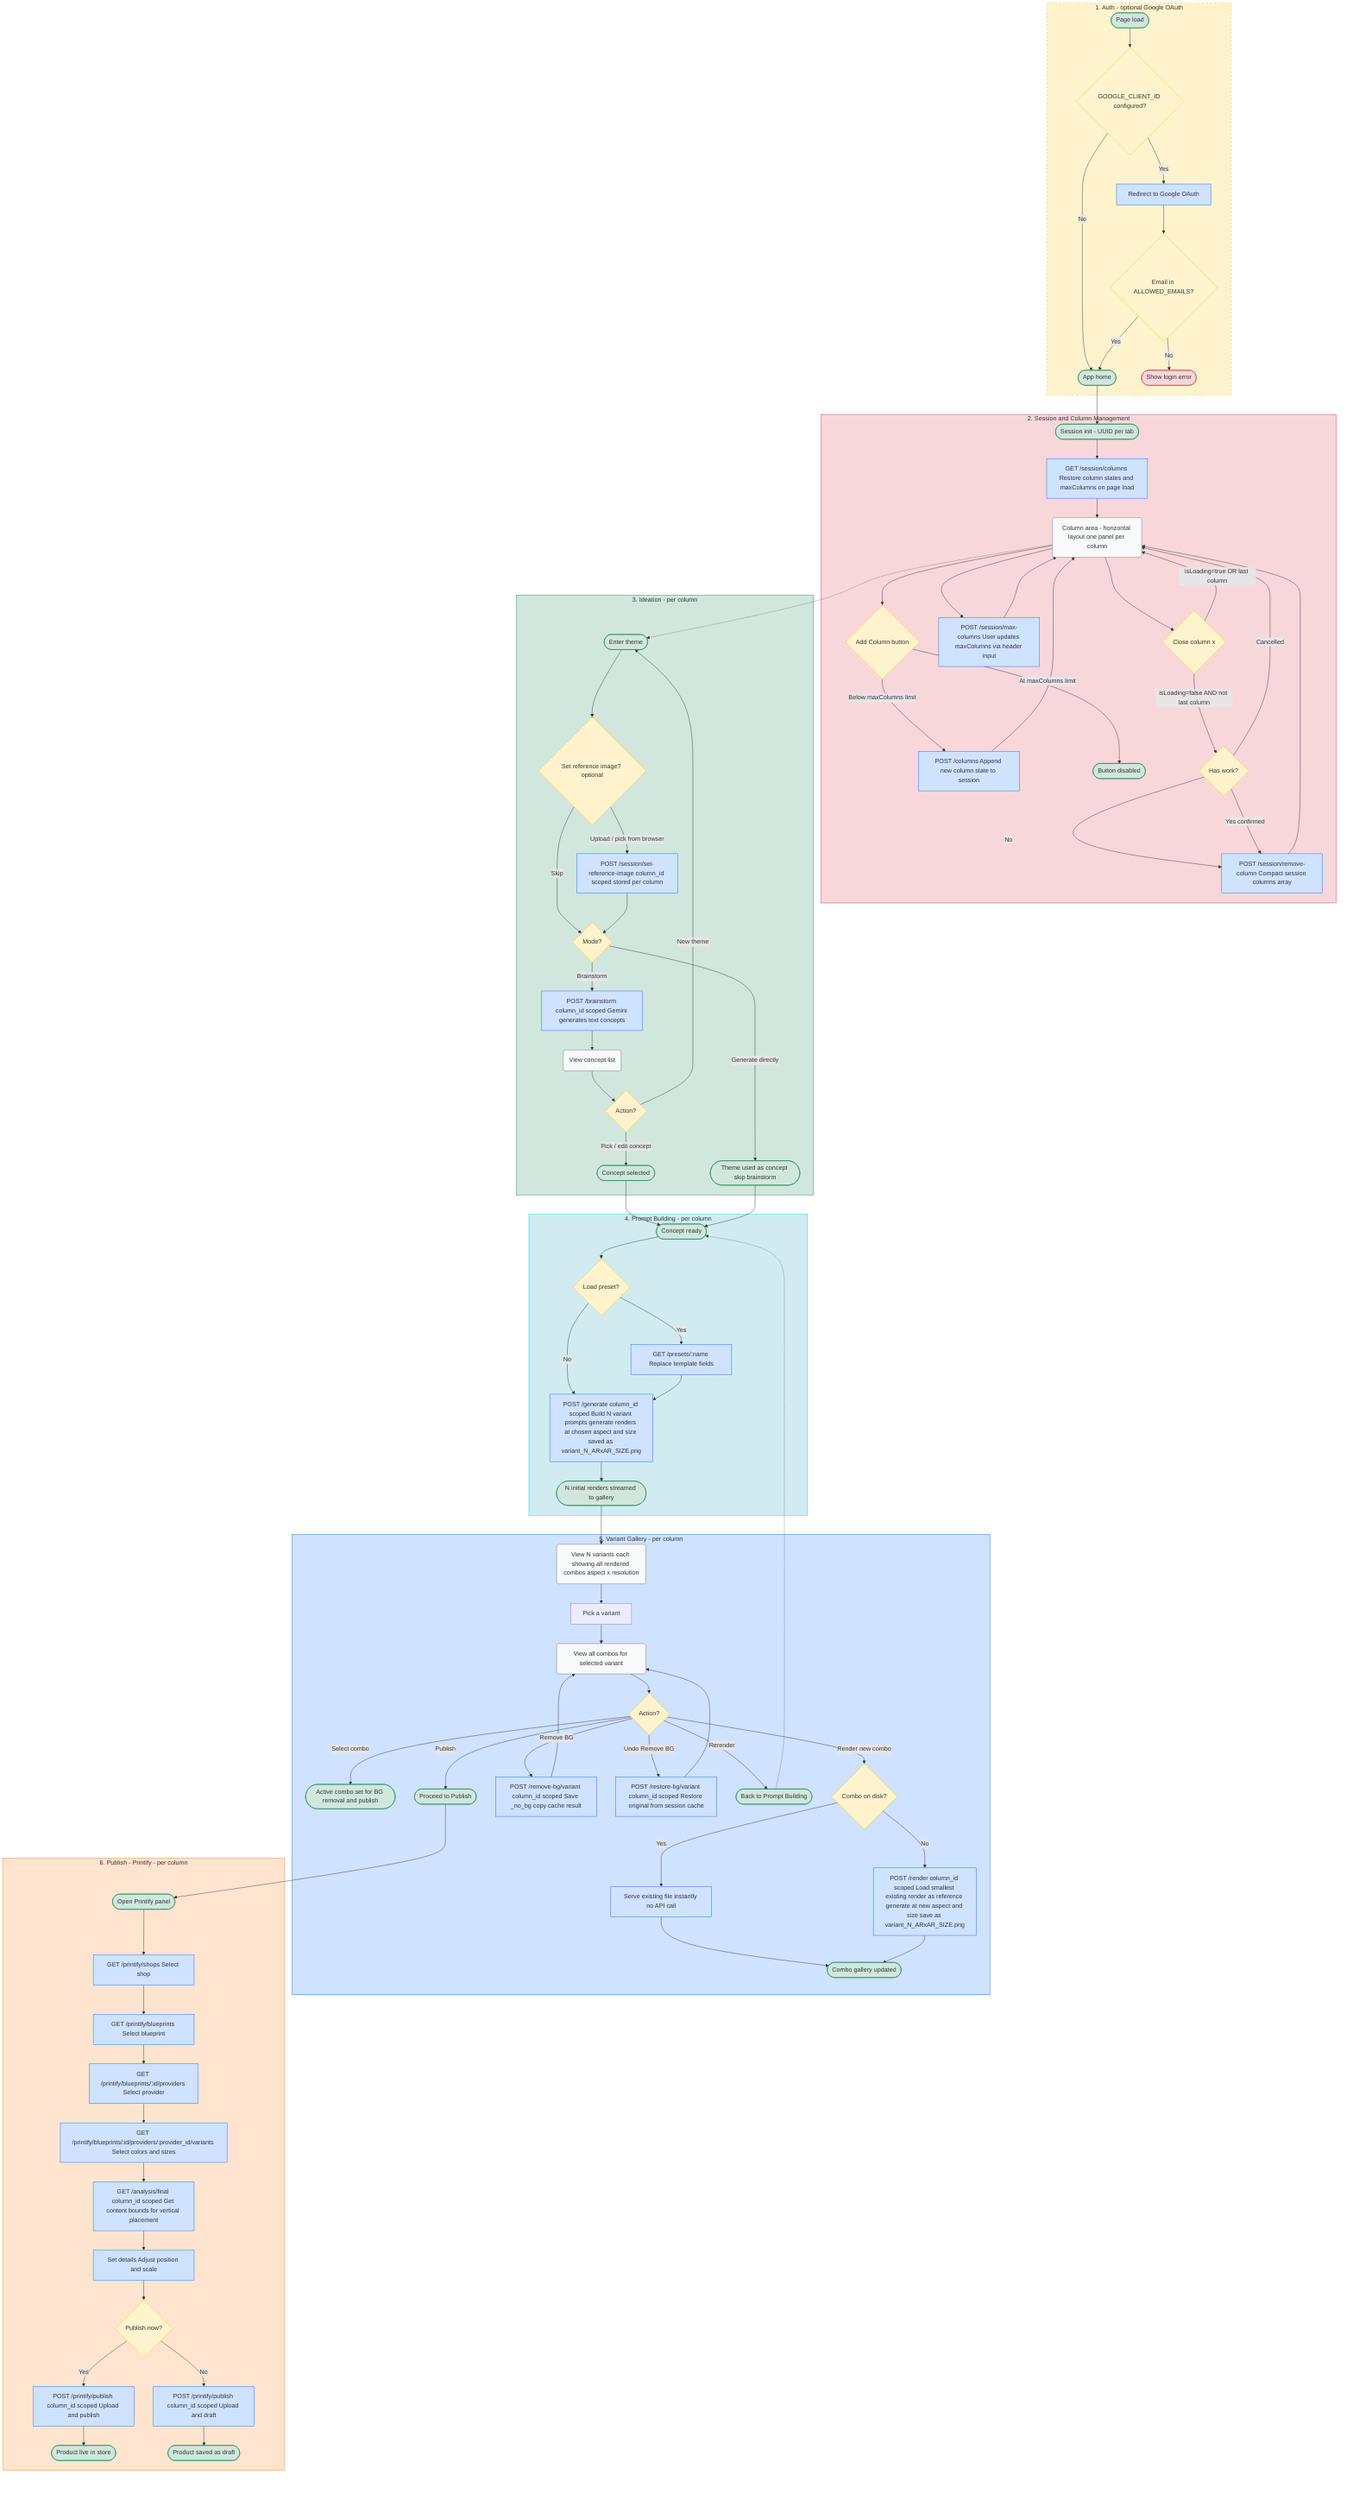
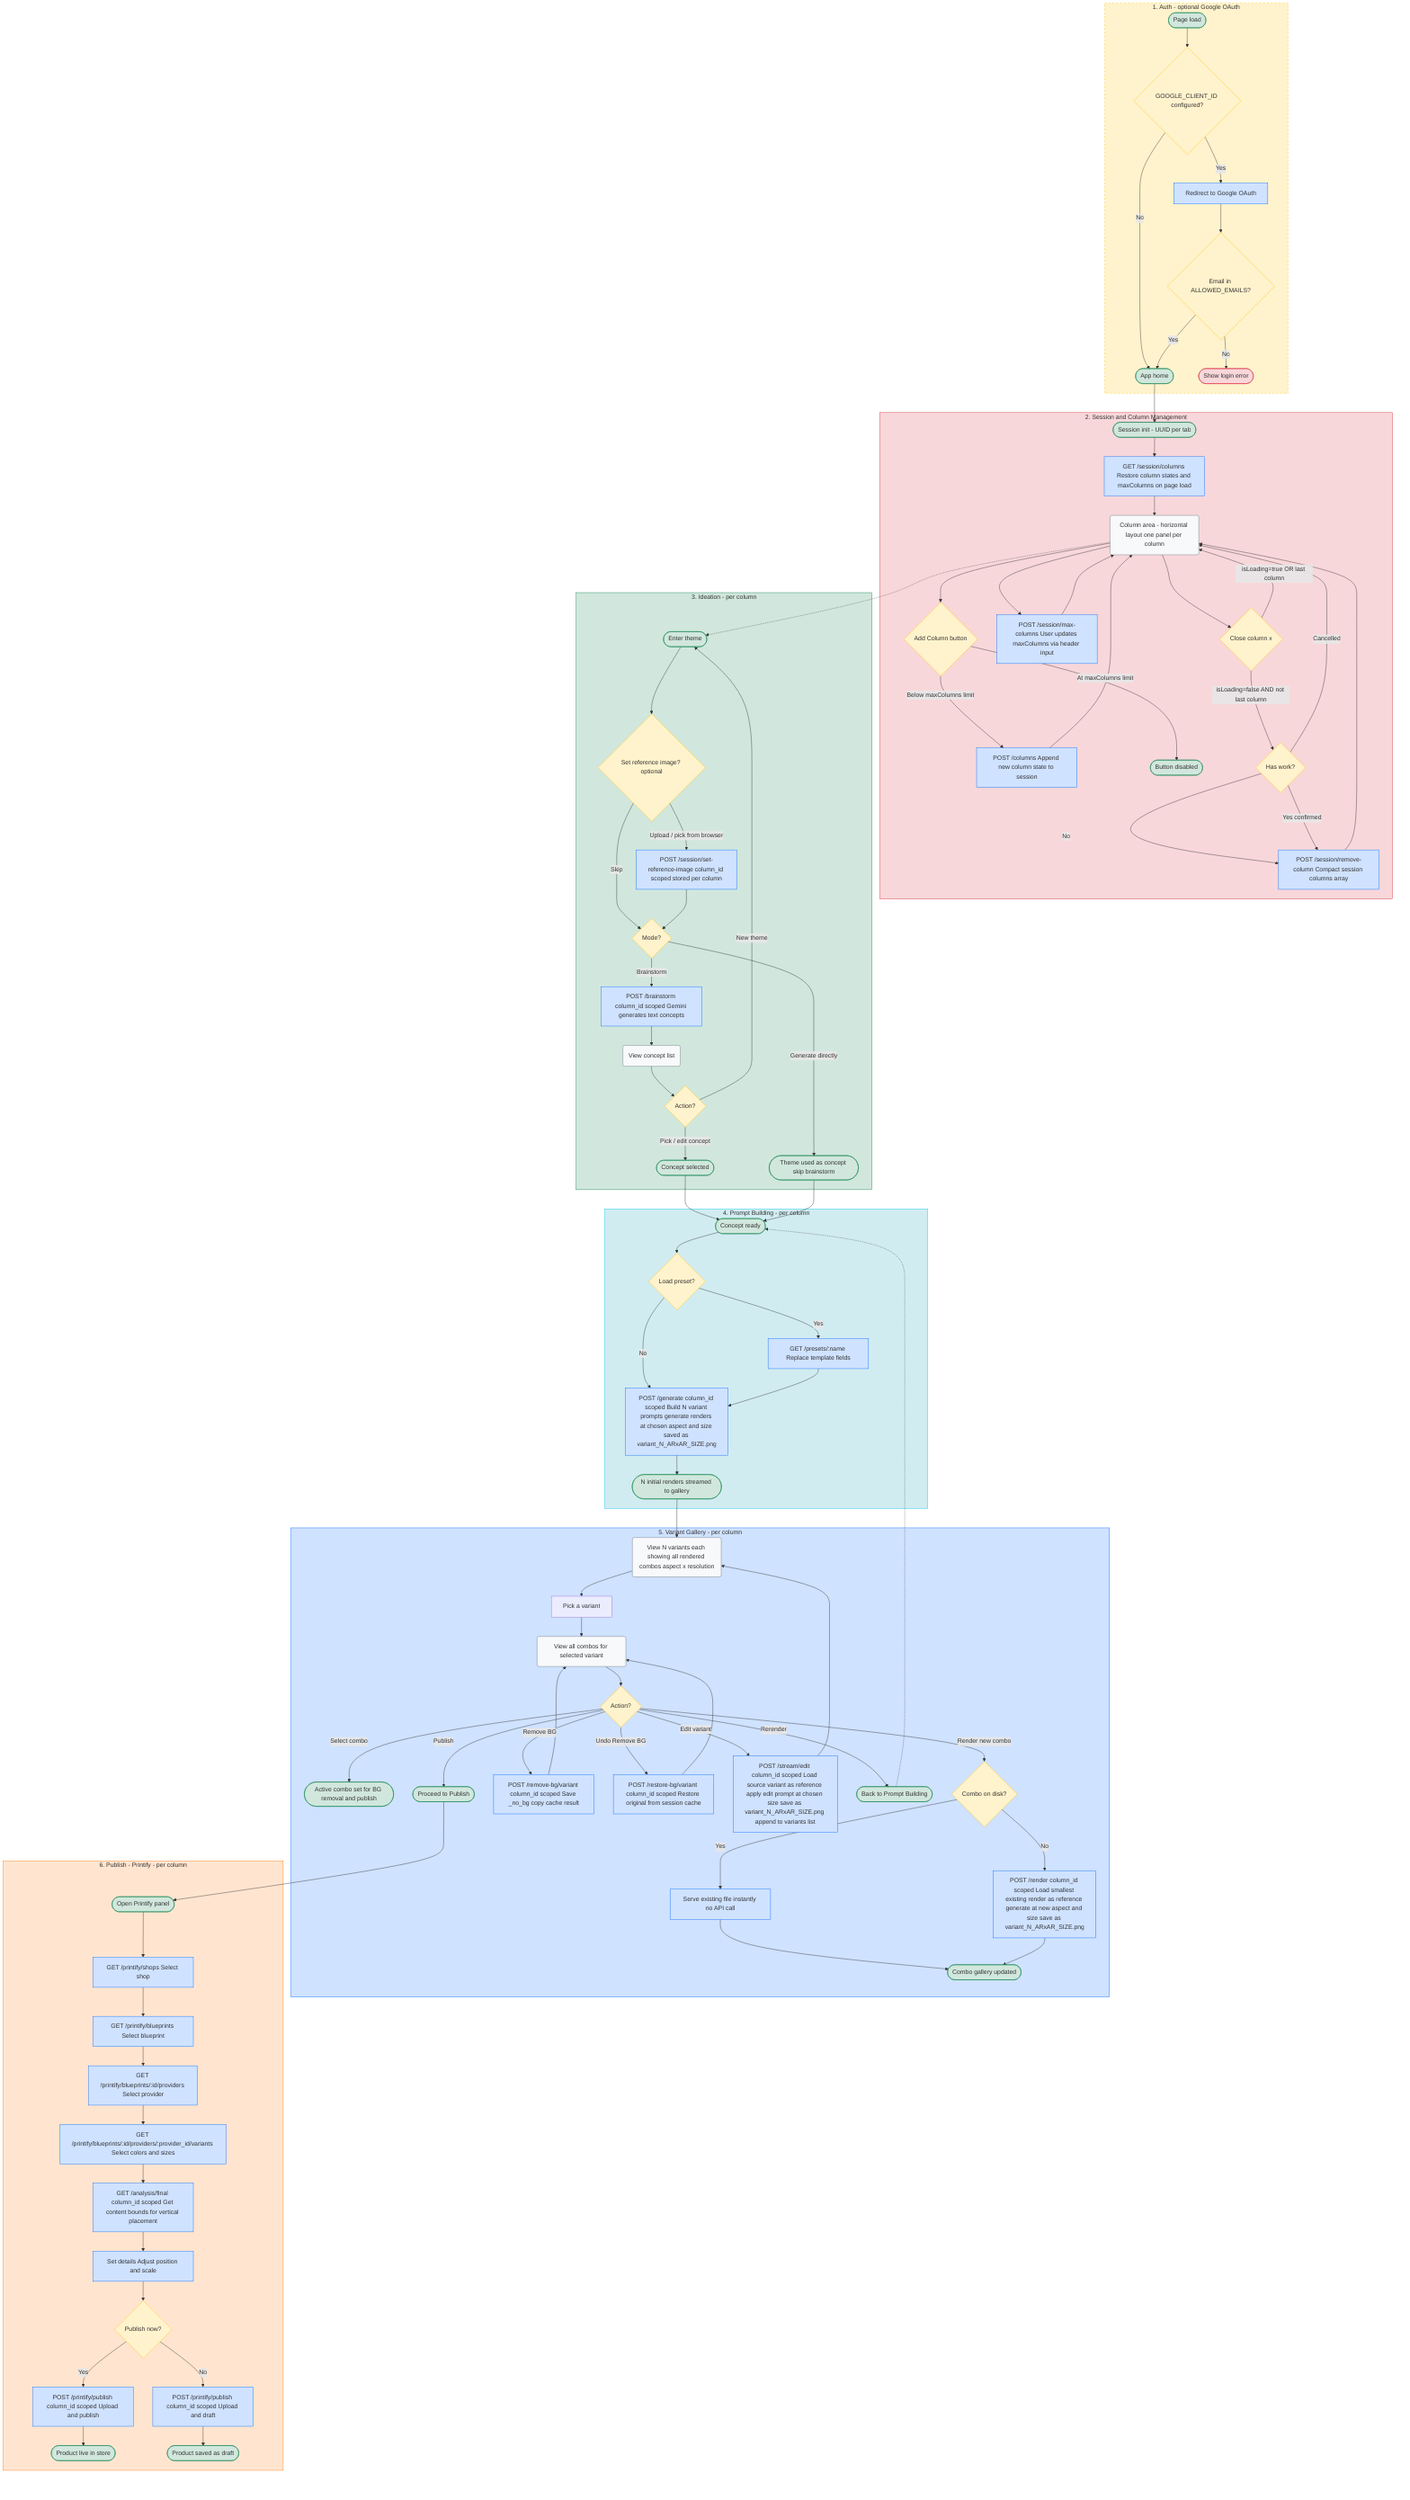
graph TD
    %% 1. Auth
    subgraph Auth [1. Auth - optional Google OAuth]
        PageLoad([Page load]) --> AuthEnabled{GOOGLE_CLIENT_ID configured?}
        AuthEnabled -- No --> AppHome([App home])
        AuthEnabled -- Yes --> OAuthRedirect[Redirect to Google OAuth]
        OAuthRedirect --> AllowlistCheck{Email in ALLOWED_EMAILS?}
        AllowlistCheck -- No --> LoginError([Show login error])
        AllowlistCheck -- Yes --> AppHome
    end

    %% 2. Session and Column Management
    subgraph ColMgmt [2. Session and Column Management]
        SessionInit([Session init - UUID per tab]) --> RestoreState[GET /session/columns Restore column states and maxColumns on page load]
        RestoreState --> ColView(Column area - horizontal layout one panel per column)
        ColView --> AddColBtn{Add Column button}
        AddColBtn -- "Below maxColumns limit" --> AddCol[POST /columns Append new column state to session]
        AddColBtn -- "At maxColumns limit" --> ColLimitMsg([Button disabled])
        AddCol --> ColView
        ColView --> SetMaxCols[POST /session/max-columns User updates maxColumns via header input]
        SetMaxCols --> ColView
        ColView --> CloseColBtn{Close column x}
        CloseColBtn -- "isLoading=true OR last column" --> ColView
        CloseColBtn -- "isLoading=false AND not last column" --> ConfirmClose{Has work?}
        ConfirmClose -- "No" --> RemoveCol[POST /session/remove-column Compact session columns array]
        ConfirmClose -- "Yes confirmed" --> RemoveCol
        ConfirmClose -- "Cancelled" --> ColView
        RemoveCol --> ColView
    end

    %% 3. Ideation - runs independently per column (column_id scopes all calls)
    subgraph Ideation [3. Ideation - per column]
        EnterTheme([Enter theme]) --> OptRefImage{Set reference image? optional}
        OptRefImage -- "Upload / pick from browser" --> SetRefImage[POST /session/set-reference-image column_id scoped stored per column]
        OptRefImage -- "Skip" --> IdeationMode{Mode?}
        SetRefImage --> IdeationMode
        IdeationMode -- "Brainstorm" --> Brainstorm[POST /brainstorm column_id scoped Gemini generates text concepts]
        IdeationMode -- "Generate directly" --> DirectConcept([Theme used as concept skip brainstorm])
        Brainstorm --> ViewConcepts(View concept list)
        ViewConcepts --> IdeationChoice{Action?}
        IdeationChoice -- "Pick / edit concept" --> ConceptSelected([Concept selected])
        IdeationChoice -- "New theme" --> EnterTheme
    end

    %% 4. Prompt Building - per column
    subgraph PromptBuild [4. Prompt Building - per column]
        ConceptIn([Concept ready]) --> LoadPreset{Load preset?}
        LoadPreset -- Yes --> ApplyPreset[GET /presets/:name Replace template fields]
        LoadPreset -- No --> BuildPrompts
        ApplyPreset --> BuildPrompts[POST /generate column_id scoped Build N variant prompts generate renders at chosen aspect and size saved as variant_N_ARxAR_SIZE.png]
        BuildPrompts --> GenImages([N initial renders streamed to gallery])
    end

    %% 5. Variant Gallery - per column
    subgraph VariantGen [5. Variant Gallery - per column]
        ViewVariants(View N variants each showing all rendered combos aspect x resolution) --> PickVariant[Pick a variant]
        PickVariant --> ComboGallery(View all combos for selected variant)
        ComboGallery --> VariantChoice{Action?}

        VariantChoice -- "Select combo" --> SelectCombo([Active combo set for BG removal and publish])

        VariantChoice -- "Render new combo" --> RenderCheck{Combo on disk?}
        RenderCheck -- "Yes" --> ServeExisting[Serve existing file instantly no API call]
        RenderCheck -- "No" --> RenderNew[POST /render column_id scoped Load smallest existing render as reference generate at new aspect and size save as variant_N_ARxAR_SIZE.png]
        ServeExisting --> UpdateCombos([Combo gallery updated])
        RenderNew --> UpdateCombos

        VariantChoice -- "Remove BG" --> RemoveBGVariant[POST /remove-bg/variant column_id scoped Save _no_bg copy cache result]
        RemoveBGVariant --> ComboGallery
        VariantChoice -- "Undo Remove BG" --> RestoreBGVariant[POST /restore-bg/variant column_id scoped Restore original from session cache]
        RestoreBGVariant --> ComboGallery

+         VariantChoice -- "Edit variant" --> EditVariant[POST /stream/edit column_id scoped Load source variant as reference apply edit prompt at chosen size save as variant_N_ARxAR_SIZE.png append to variants list]
+         EditVariant --> ViewVariants
+ 
        VariantChoice -- "Rerender" --> RerenderVariants([Back to Prompt Building])
        VariantChoice -- "Publish" --> ReadyToPublish([Proceed to Publish])
    end

    %% 6. Publish - per column
    subgraph Publish [6. Publish - Printify - per column]
        OpenPrintify([Open Printify panel]) --> SelectShop[GET /printify/shops Select shop]
        SelectShop --> SelectBlueprint[GET /printify/blueprints Select blueprint]
        SelectBlueprint --> SelectProvider[GET /printify/blueprints/:id/providers Select provider]
        SelectProvider --> SelectVariants[GET /printify/blueprints/:id/providers/:provider_id/variants Select colors and sizes]
        SelectVariants --> AnalyzeFinal[GET /analysis/final column_id scoped Get content bounds for vertical placement]
        AnalyzeFinal --> SetDetails[Set details Adjust position and scale]
        SetDetails --> PublishChoice{Publish now?}
        PublishChoice -- Yes --> PublishNow[POST /printify/publish column_id scoped Upload and publish]
        PublishChoice -- No --> SaveDraft[POST /printify/publish column_id scoped Upload and draft]
        PublishNow --> Done([Product live in store])
        SaveDraft --> Done2([Product saved as draft])
    end

    %% Phase transitions
    AppHome --> SessionInit
    ConceptSelected --> ConceptIn
    DirectConcept --> ConceptIn
    GenImages --> ViewVariants
    RerenderVariants -.-> ConceptIn
    ReadyToPublish --> OpenPrintify
    ColView -.-> EnterTheme

    %% Subgraph styling
    style Auth fill:#fff3cd,stroke:#ffc107,stroke-dasharray: 5 5
    style ColMgmt fill:#f8d7da,stroke:#dc3545
    style Ideation fill:#d1e7dd,stroke:#198754
    style PromptBuild fill:#d1ecf1,stroke:#0dcaf0
    style VariantGen fill:#cfe2ff,stroke:#0d6efd
    style Publish fill:#ffe5d0,stroke:#fd7e14

    %% Decision nodes - amber
    style AuthEnabled fill:#fff3cd,stroke:#ffc107
    style AllowlistCheck fill:#fff3cd,stroke:#ffc107
    style AddColBtn fill:#fff3cd,stroke:#ffc107
    style CloseColBtn fill:#fff3cd,stroke:#ffc107
    style ConfirmClose fill:#fff3cd,stroke:#ffc107
    style OptRefImage fill:#fff3cd,stroke:#ffc107
    style IdeationMode fill:#fff3cd,stroke:#ffc107
    style IdeationChoice fill:#fff3cd,stroke:#ffc107
    style LoadPreset fill:#fff3cd,stroke:#ffc107
    style VariantChoice fill:#fff3cd,stroke:#ffc107
    style RenderCheck fill:#fff3cd,stroke:#ffc107
    style PublishChoice fill:#fff3cd,stroke:#ffc107

    %% API call nodes - blue
    style OAuthRedirect fill:#cfe2ff,stroke:#0d6efd
    style RestoreState fill:#cfe2ff,stroke:#0d6efd
    style AddCol fill:#cfe2ff,stroke:#0d6efd
    style SetMaxCols fill:#cfe2ff,stroke:#0d6efd
    style RemoveCol fill:#cfe2ff,stroke:#0d6efd
    style Brainstorm fill:#cfe2ff,stroke:#0d6efd
    style ApplyPreset fill:#cfe2ff,stroke:#0d6efd
    style BuildPrompts fill:#cfe2ff,stroke:#0d6efd
    style RenderNew fill:#cfe2ff,stroke:#0d6efd
    style ServeExisting fill:#cfe2ff,stroke:#0d6efd
    style RemoveBGVariant fill:#cfe2ff,stroke:#0d6efd
    style RestoreBGVariant fill:#cfe2ff,stroke:#0d6efd
+     style EditVariant fill:#cfe2ff,stroke:#0d6efd
    style SelectShop fill:#cfe2ff,stroke:#0d6efd
    style SelectBlueprint fill:#cfe2ff,stroke:#0d6efd
    style SelectProvider fill:#cfe2ff,stroke:#0d6efd
    style SelectVariants fill:#cfe2ff,stroke:#0d6efd
    style AnalyzeFinal fill:#cfe2ff,stroke:#0d6efd
    style SetRefImage fill:#cfe2ff,stroke:#0d6efd
    style SetDetails fill:#cfe2ff,stroke:#0d6efd
    style PublishNow fill:#cfe2ff,stroke:#0d6efd
    style SaveDraft fill:#cfe2ff,stroke:#0d6efd

    %% View/state nodes - gray
    style ColView fill:#f8f9fa,stroke:#6c757d
    style ViewConcepts fill:#f8f9fa,stroke:#6c757d
    style ViewVariants fill:#f8f9fa,stroke:#6c757d
    style ComboGallery fill:#f8f9fa,stroke:#6c757d

    %% Terminal nodes - green
    style PageLoad fill:#d1e7dd,stroke:#198754
    style AppHome fill:#d1e7dd,stroke:#198754
    style SessionInit fill:#d1e7dd,stroke:#198754
    style EnterTheme fill:#d1e7dd,stroke:#198754
    style DirectConcept fill:#d1e7dd,stroke:#198754
    style ConceptSelected fill:#d1e7dd,stroke:#198754
    style ConceptIn fill:#d1e7dd,stroke:#198754
    style GenImages fill:#d1e7dd,stroke:#198754
    style SelectCombo fill:#d1e7dd,stroke:#198754
    style UpdateCombos fill:#d1e7dd,stroke:#198754
    style RerenderVariants fill:#d1e7dd,stroke:#198754
    style ReadyToPublish fill:#d1e7dd,stroke:#198754
    style OpenPrintify fill:#d1e7dd,stroke:#198754
    style Done fill:#d1e7dd,stroke:#198754
    style Done2 fill:#d1e7dd,stroke:#198754
    style ColLimitMsg fill:#d1e7dd,stroke:#198754

    %% Error nodes - red
    style LoginError fill:#f8d7da,stroke:#dc3545
